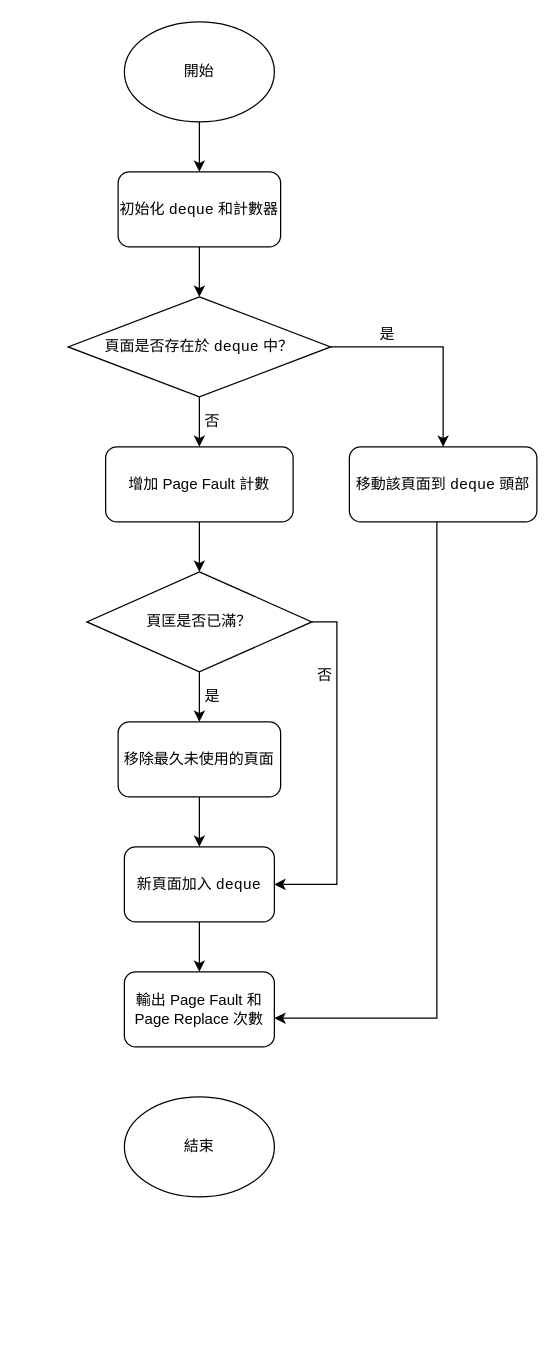
Before: LRU.drawio in Tsengbrian92/OS-schedule, a draw.io diagram. Source tidied: cells renumbered, new cells numbered last; positions are measured from the earlier drawing's top-left corner, leaving out a move shared by most shapes. Both pictures are drawn from the tidied source at 125%, with x=0, y=0 at pixel (68, 21).
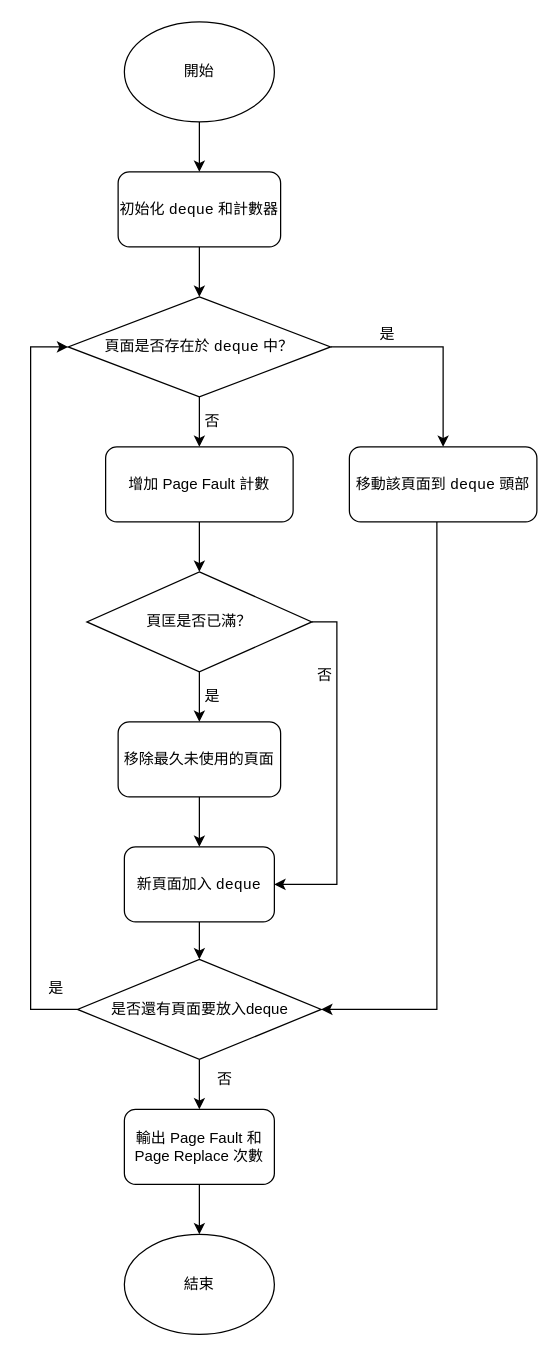
After the change.

The change refers to these unchanged cells:
```xml
<mxCell id="8" value="&lt;p data-pm-slice=&quot;1 1 [&amp;quot;ordered_list&amp;quot;,{&amp;quot;spread&amp;quot;:false,&amp;quot;startingNumber&amp;quot;:1,&amp;quot;start&amp;quot;:592,&amp;quot;end&amp;quot;:823},&amp;quot;regular_list_item&amp;quot;,{&amp;quot;start&amp;quot;:618,&amp;quot;end&amp;quot;:782},&amp;quot;list&amp;quot;,{&amp;quot;spread&amp;quot;:false,&amp;quot;start&amp;quot;:640,&amp;quot;end&amp;quot;:782},&amp;quot;regular_list_item&amp;quot;,{&amp;quot;start&amp;quot;:640,&amp;quot;end&amp;quot;:782}]&quot;&gt;頁面是否存在於 &lt;code&gt;deque&lt;/code&gt; 中？&lt;/p&gt;" style="rhombus;whiteSpace=wrap;html=1;" parent="1" vertex="1">
  <mxGeometry y="220" width="210" height="80" as="geometry" />
</mxCell>
<mxCell id="12" value="&lt;p data-pm-slice=&quot;1 1 [&amp;quot;ordered_list&amp;quot;,{&amp;quot;spread&amp;quot;:false,&amp;quot;startingNumber&amp;quot;:1,&amp;quot;start&amp;quot;:592,&amp;quot;end&amp;quot;:823},&amp;quot;regular_list_item&amp;quot;,{&amp;quot;start&amp;quot;:618,&amp;quot;end&amp;quot;:782},&amp;quot;list&amp;quot;,{&amp;quot;spread&amp;quot;:false,&amp;quot;start&amp;quot;:640,&amp;quot;end&amp;quot;:782},&amp;quot;regular_list_item&amp;quot;,{&amp;quot;start&amp;quot;:640,&amp;quot;end&amp;quot;:782},&amp;quot;list&amp;quot;,{&amp;quot;spread&amp;quot;:false,&amp;quot;start&amp;quot;:666,&amp;quot;end&amp;quot;:782},&amp;quot;regular_list_item&amp;quot;,{&amp;quot;start&amp;quot;:666,&amp;quot;end&amp;quot;:697},&amp;quot;list&amp;quot;,{&amp;quot;spread&amp;quot;:false,&amp;quot;start&amp;quot;:678,&amp;quot;end&amp;quot;:697},&amp;quot;regular_list_item&amp;quot;,{&amp;quot;start&amp;quot;:678,&amp;quot;end&amp;quot;:697}]&quot;&gt;移動該頁面到 &lt;code&gt;deque&lt;/code&gt; 頭部&lt;/p&gt;" style="rounded=1;whiteSpace=wrap;html=1;" parent="1" vertex="1">
  <mxGeometry x="225" y="340" width="150" height="60" as="geometry" />
</mxCell>
<mxCell id="20" value="&lt;p data-pm-slice=&quot;1 1 [&amp;quot;ordered_list&amp;quot;,{&amp;quot;spread&amp;quot;:false,&amp;quot;startingNumber&amp;quot;:1,&amp;quot;start&amp;quot;:592,&amp;quot;end&amp;quot;:823},&amp;quot;regular_list_item&amp;quot;,{&amp;quot;start&amp;quot;:618,&amp;quot;end&amp;quot;:782},&amp;quot;list&amp;quot;,{&amp;quot;spread&amp;quot;:false,&amp;quot;start&amp;quot;:640,&amp;quot;end&amp;quot;:782},&amp;quot;regular_list_item&amp;quot;,{&amp;quot;start&amp;quot;:640,&amp;quot;end&amp;quot;:782},&amp;quot;list&amp;quot;,{&amp;quot;spread&amp;quot;:false,&amp;quot;start&amp;quot;:666,&amp;quot;end&amp;quot;:782},&amp;quot;regular_list_item&amp;quot;,{&amp;quot;start&amp;quot;:703,&amp;quot;end&amp;quot;:782},&amp;quot;list&amp;quot;,{&amp;quot;spread&amp;quot;:false,&amp;quot;start&amp;quot;:715,&amp;quot;end&amp;quot;:782},&amp;quot;regular_list_item&amp;quot;,{&amp;quot;start&amp;quot;:767,&amp;quot;end&amp;quot;:782}]&quot;&gt;新頁面加入 &lt;code&gt;deque&lt;/code&gt;&lt;/p&gt;" style="rounded=1;whiteSpace=wrap;html=1;" parent="1" vertex="1">
  <mxGeometry x="45" y="660" width="120" height="60" as="geometry" />
</mxCell>
```

The edit, as a diff of the source:
```diff
@@
-    <mxCell id="19" style="edgeStyle=orthogonalEdgeStyle;rounded=0;jettySize=auto;html=1;entryX=0.5;entryY=0;entryDx=0;entryDy=0;" parent="1" edge="1" source="20" target="23">
+    <mxCell id="19" style="edgeStyle=orthogonalEdgeStyle;rounded=0;jettySize=auto;html=1;entryX=0.5;entryY=0;entryDx=0;entryDy=0;" parent="1" edge="1" source="29" target="23">
       <mxGeometry relative="1" as="geometry" />
     </mxCell>
@@
+    <mxCell id="26" style="edgeStyle=orthogonalEdgeStyle;rounded=0;jettySize=auto;html=1;exitX=0.5;exitY=1;exitDx=0;exitDy=0;entryX=0.5;entryY=0;entryDx=0;entryDy=0;" parent="1" edge="1" source="23" target="25">
+      <mxGeometry relative="1" as="geometry" />
+    </mxCell>
     <mxCell id="23" value="&lt;p data-pm-slice=&quot;1 1 [&amp;quot;ordered_list&amp;quot;,{&amp;quot;spread&amp;quot;:false,&amp;quot;startingNumber&amp;quot;:1,&amp;quot;start&amp;quot;:592,&amp;quot;end&amp;quot;:823},&amp;quot;regular_list_item&amp;quot;,{&amp;quot;start&amp;quot;:783,&amp;quot;end&amp;quot;:817}]&quot;&gt;輸出 Page Fault 和 Page Replace 次數&lt;/p&gt;" style="rounded=1;whiteSpace=wrap;html=1;" parent="1" vertex="1">
-      <mxGeometry x="45" y="760" width="120" height="60" as="geometry" />
+      <mxGeometry x="45" y="870" width="120" height="60" as="geometry" />
     </mxCell>
-    <mxCell id="24" style="edgeStyle=orthogonalEdgeStyle;rounded=0;jettySize=auto;html=1;entryX=1;entryY=0.617;entryDx=0;entryDy=0;entryPerimeter=0;" parent="1" edge="1" source="12" target="23">
+    <mxCell id="24" style="edgeStyle=orthogonalEdgeStyle;rounded=0;jettySize=auto;html=1;entryX=1;entryY=0.5;entryDx=0;entryDy=0;" parent="1" edge="1" source="12" target="29">
       <mxGeometry relative="1" as="geometry">
         <Array as="points">
-          <mxPoint x="295" y="797" />
+          <mxPoint x="295" y="790" />
         </Array>
       </mxGeometry>
     </mxCell>
     <mxCell id="25" value="結束" style="ellipse;whiteSpace=wrap;html=1;" parent="1" vertex="1">
-      <mxGeometry x="45" y="860" width="120" height="80" as="geometry" />
+      <mxGeometry x="45" y="970" width="120" height="80" as="geometry" />
     </mxCell>
+    <mxCell id="27" style="edgeStyle=orthogonalEdgeStyle;rounded=0;jettySize=auto;html=1;entryX=0.5;entryY=0;entryDx=0;entryDy=0;" parent="1" edge="1" source="20" target="29">
+      <mxGeometry relative="1" as="geometry" />
+    </mxCell>
+    <mxCell id="28" style="edgeStyle=orthogonalEdgeStyle;rounded=0;jettySize=auto;html=1;exitX=0;exitY=0.5;exitDx=0;exitDy=0;entryX=0;entryY=0.5;entryDx=0;entryDy=0;" parent="1" edge="1" source="29" target="8">
+      <mxGeometry relative="1" as="geometry">
+        <Array as="points">
+          <mxPoint x="-30" y="790" />
+          <mxPoint x="-30" y="260" />
+        </Array>
+      </mxGeometry>
+    </mxCell>
+    <mxCell id="29" value="是否還有頁面要放入deque" style="rhombus;whiteSpace=wrap;html=1;" parent="1" vertex="1">
+      <mxGeometry x="7.5" y="750" width="195" height="80" as="geometry" />
+    </mxCell>
+    <mxCell id="30" value="是" style="text;html=1;align=center;verticalAlign=middle;strokeColor=none;fillColor=none;" parent="1" vertex="1">
+      <mxGeometry x="-30" y="758" width="40" height="30" as="geometry" />
+    </mxCell>
+    <mxCell id="31" value="否" style="text;html=1;align=center;verticalAlign=middle;strokeColor=none;fillColor=none;" parent="1" vertex="1">
+      <mxGeometry x="105" y="831" width="40" height="30" as="geometry" />
+    </mxCell>
```
